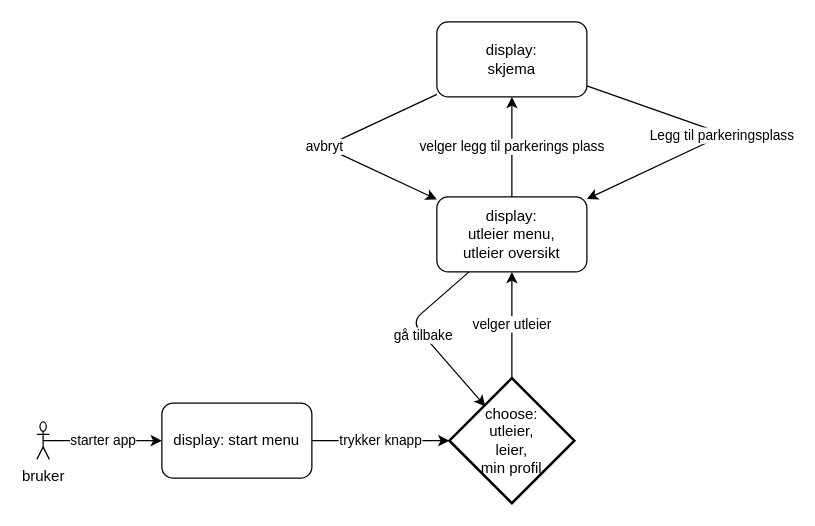
This is parkx_dokumentasjon/diagrammer/event diagram/event-diagram.drawio from Jollokim/ParkX, a draw.io file, before an edit. Source tidied: cells renumbered, new cells numbered last; positions are measured from the earlier drawing's top-left corner, leaving out a move shared by most shapes. Both pictures are drawn from the tidied source at 125%, with x=0, y=0 at pixel (36, 21).
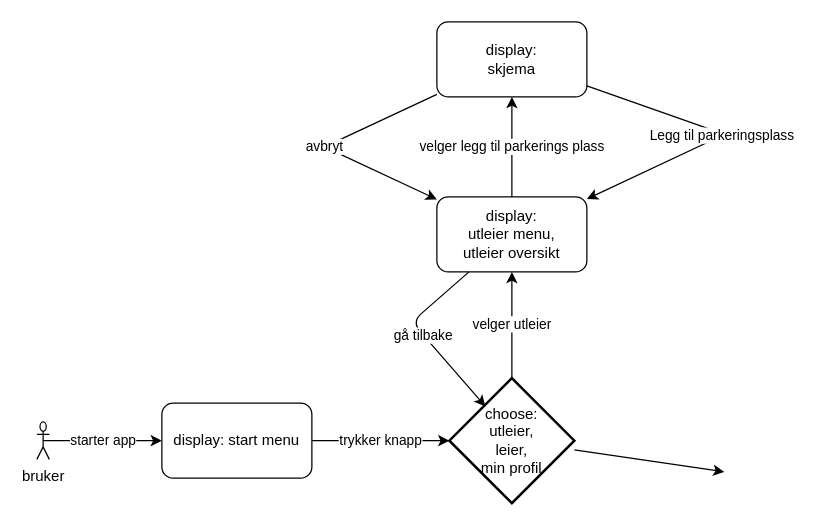
The same diagram, later.

What changed in the source:
```diff
@@
 <mxGraphModel>
   <root>
     <mxCell id="0" />
     <mxCell id="1" parent="0" />
     <mxCell id="2" value="display: start menu" style="rounded=1;whiteSpace=wrap;html=1;" parent="1" vertex="1">
       <mxGeometry x="100" y="305" width="120" height="60" as="geometry" />
     </mxCell>
     <mxCell id="3" value="bruker" style="shape=umlActor;verticalLabelPosition=bottom;verticalAlign=top;html=1;outlineConnect=0;" parent="1" vertex="1">
       <mxGeometry y="320" width="10" height="30" as="geometry" />
     </mxCell>
     <mxCell id="4" value="starter app" style="endArrow=classic;html=1;exitX=0.5;exitY=0.5;exitDx=0;exitDy=0;exitPerimeter=0;" parent="1" edge="1" source="3" target="2">
       <mxGeometry relative="1" as="geometry" />
     </mxCell>
     <mxCell id="5" value="choose:&lt;br&gt;utleier,&lt;br&gt;leier,&lt;br&gt;min profil" style="strokeWidth=2;html=1;shape=mxgraph.flowchart.decision;whiteSpace=wrap;" parent="1" vertex="1">
       <mxGeometry x="330" y="285" width="100" height="100" as="geometry" />
     </mxCell>
     <mxCell id="6" value="trykker knapp" style="endArrow=classic;html=1;" parent="1" edge="1" source="2" target="5">
       <mxGeometry relative="1" as="geometry" />
     </mxCell>
     <mxCell id="7" value="display:&lt;br&gt;utleier menu,&lt;br&gt;utleier oversikt&lt;br&gt;" style="rounded=1;whiteSpace=wrap;html=1;" parent="1" vertex="1">
       <mxGeometry x="320" y="140" width="120" height="60" as="geometry" />
     </mxCell>
     <mxCell id="8" value="velger utleier" style="endArrow=classic;html=1;" parent="1" edge="1" source="5" target="7">
       <mxGeometry relative="1" as="geometry" />
     </mxCell>
     <mxCell id="9" value="velger legg til parkerings plass" style="endArrow=classic;html=1;" parent="1" edge="1" source="7" target="11">
       <mxGeometry relative="1" as="geometry" />
     </mxCell>
     <mxCell id="10" value="gå tilbake" style="endArrow=classic;html=1;entryX=0.288;entryY=0.226;entryDx=0;entryDy=0;entryPerimeter=0;" parent="1" edge="1" source="7" target="5">
       <mxGeometry relative="1" as="geometry">
         <Array as="points">
           <mxPoint x="300" y="240" />
         </Array>
       </mxGeometry>
     </mxCell>
     <mxCell id="11" value="display:&lt;br&gt;skjema" style="rounded=1;whiteSpace=wrap;html=1;" parent="1" vertex="1">
       <mxGeometry x="320" width="120" height="60" as="geometry" />
     </mxCell>
     <mxCell id="12" value="avbryt" style="endArrow=classic;html=1;" parent="1" edge="1" source="11" target="7">
       <mxGeometry relative="1" as="geometry">
         <Array as="points">
           <mxPoint x="230" y="100" />
         </Array>
       </mxGeometry>
     </mxCell>
     <mxCell id="13" value="Legg til parkeringsplass" style="endArrow=classic;html=1;" parent="1" edge="1" source="11" target="7">
       <mxGeometry relative="1" as="geometry">
         <Array as="points">
           <mxPoint x="550" y="90" />
         </Array>
       </mxGeometry>
     </mxCell>
+    <mxCell id="14" style="endArrow=classic;html=1;" parent="1" edge="1" source="5">
+      <mxGeometry relative="1" as="geometry">
+        <mxPoint x="550" y="360" as="targetPoint" />
+      </mxGeometry>
+    </mxCell>
   </root>
 </mxGraphModel>
```
